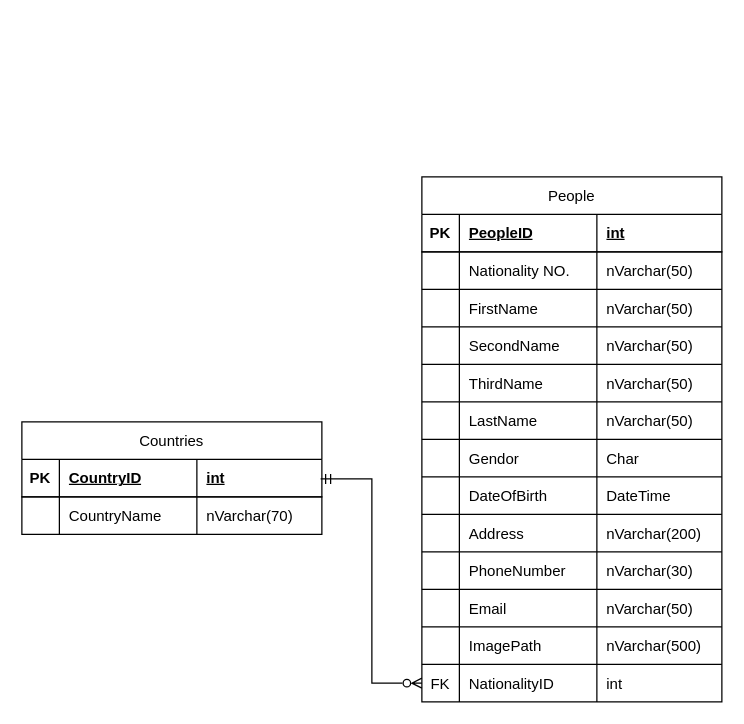
This is Driving & Vehicle Licens Department Diagram .drawio from ali-talal-ibrahem/Driving-Vehicle-License-Department, a draw.io file, before an edit. Source tidied: cells renumbered, new cells numbered last; positions are measured from the earlier drawing's top-left corner, leaving out a move shared by most shapes. Both pictures are drawn from the tidied source at 125%, with x=0, y=0 at pixel (21, 176).
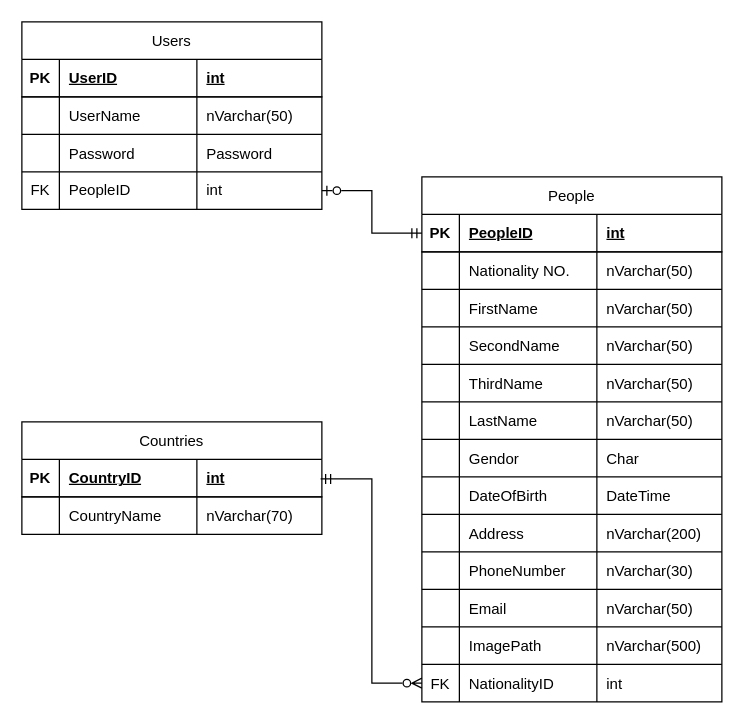
The same page after the edit.

Commit message:
Add the users table and link it to the people table

The change refers to these unchanged cells:
```xml
<mxCell id="3" style="shape=tableRow;horizontal=0;startSize=0;swimlaneHead=0;swimlaneBody=0;fillColor=none;points=[[0,0.5],[1,0.5]];portConstraint=eastwest;top=0;left=0;right=0;bottom=1;" parent="2" vertex="1">
  <mxGeometry y="30" width="240" height="30" as="geometry" />
</mxCell>
```

Diff of the diagram source:
```diff
@@
+    <mxCell id="65" value="Users" style="shape=table;startSize=30;childLayout=tableLayout;fixedHeader=1;" parent="1" vertex="1">
+      <mxGeometry y="-124" width="240" height="150" as="geometry" />
+    </mxCell>
+    <mxCell id="66" style="shape=tableRow;horizontal=0;startSize=0;swimlaneHead=0;swimlaneBody=0;fillColor=none;top=0;left=0;right=0;bottom=1;" parent="65" vertex="1">
+      <mxGeometry y="30" width="240" height="30" as="geometry" />
+    </mxCell>
+    <mxCell id="67" value="PK" style="shape=partialRectangle;fillColor=none;top=0;left=0;bottom=0;right=0;fontStyle=1;overflow=hidden;whiteSpace=wrap;html=1;" parent="66" vertex="1">
+      <mxGeometry width="30" height="30" as="geometry" />
+    </mxCell>
+    <mxCell id="68" value="UserID" style="shape=partialRectangle;fillColor=none;top=0;left=0;bottom=0;right=0;align=left;spacingLeft=6;fontStyle=5;overflow=hidden;whiteSpace=wrap;html=1;" parent="66" vertex="1">
+      <mxGeometry x="30" width="110" height="30" as="geometry" />
+    </mxCell>
+    <mxCell id="69" value="int" style="shape=partialRectangle;fillColor=none;top=0;left=0;bottom=0;right=0;align=left;spacingLeft=6;fontStyle=5;overflow=hidden;whiteSpace=wrap;html=1;" parent="66" vertex="1">
+      <mxGeometry x="140" width="100" height="30" as="geometry" />
+    </mxCell>
+    <mxCell id="70" style="shape=tableRow;horizontal=0;startSize=0;swimlaneHead=0;swimlaneBody=0;fillColor=none;top=0;left=0;right=0;bottom=0;" parent="65" vertex="1">
+      <mxGeometry y="60" width="240" height="30" as="geometry" />
+    </mxCell>
+    <mxCell id="71" style="shape=partialRectangle;fillColor=none;top=0;left=0;bottom=0;right=0;overflow=hidden;" parent="70" vertex="1">
+      <mxGeometry width="30" height="30" as="geometry" />
+    </mxCell>
+    <mxCell id="72" value="UserName" style="shape=partialRectangle;fillColor=none;top=0;left=0;bottom=0;right=0;align=left;spacingLeft=6;overflow=hidden;" parent="70" vertex="1">
+      <mxGeometry x="30" width="110" height="30" as="geometry" />
+    </mxCell>
+    <mxCell id="73" value="nVarchar(50)" style="shape=partialRectangle;fillColor=none;top=0;left=0;bottom=0;right=0;align=left;spacingLeft=6;overflow=hidden;" parent="70" vertex="1">
+      <mxGeometry x="140" width="100" height="30" as="geometry" />
+    </mxCell>
+    <mxCell id="74" style="shape=tableRow;horizontal=0;startSize=0;swimlaneHead=0;swimlaneBody=0;fillColor=none;top=0;left=0;right=0;bottom=0;" parent="65" vertex="1">
+      <mxGeometry y="90" width="240" height="30" as="geometry" />
+    </mxCell>
+    <mxCell id="75" style="shape=partialRectangle;fillColor=none;top=0;left=0;bottom=0;right=0;overflow=hidden;" parent="74" vertex="1">
+      <mxGeometry width="30" height="30" as="geometry" />
+    </mxCell>
+    <mxCell id="76" value="Password" style="shape=partialRectangle;fillColor=none;top=0;left=0;bottom=0;right=0;align=left;spacingLeft=6;overflow=hidden;" parent="74" vertex="1">
+      <mxGeometry x="30" width="110" height="30" as="geometry" />
+    </mxCell>
+    <mxCell id="77" value="Password" style="shape=partialRectangle;fillColor=none;top=0;left=0;bottom=0;right=0;align=left;spacingLeft=6;overflow=hidden;" parent="74" vertex="1">
+      <mxGeometry x="140" width="100" height="30" as="geometry" />
+    </mxCell>
+    <mxCell id="78" style="shape=tableRow;horizontal=0;startSize=0;swimlaneHead=0;swimlaneBody=0;fillColor=none;points=[[0,0.5],[1,0.5]];portConstraint=eastwest;top=0;left=0;right=0;bottom=0;" parent="65" vertex="1">
+      <mxGeometry y="120" width="240" height="30" as="geometry" />
+    </mxCell>
+    <mxCell id="79" value="FK" style="shape=partialRectangle;fillColor=none;top=0;left=0;bottom=0;right=0;fontStyle=0;overflow=hidden;whiteSpace=wrap;html=1;" parent="78" vertex="1">
+      <mxGeometry width="30" height="30" as="geometry" />
+    </mxCell>
+    <mxCell id="80" value="PeopleID" style="shape=partialRectangle;fillColor=none;top=0;left=0;bottom=0;right=0;align=left;spacingLeft=6;fontStyle=0;overflow=hidden;whiteSpace=wrap;html=1;" parent="78" vertex="1">
+      <mxGeometry x="30" width="110" height="30" as="geometry" />
+    </mxCell>
+    <mxCell id="81" value="int" style="shape=partialRectangle;fillColor=none;top=0;left=0;bottom=0;right=0;align=left;spacingLeft=6;fontStyle=0;overflow=hidden;whiteSpace=wrap;html=1;" parent="78" vertex="1">
+      <mxGeometry x="140" width="100" height="30" as="geometry" />
+    </mxCell>
+    <mxCell id="82" style="edgeStyle=orthogonalEdgeStyle;rounded=0;jettySize=auto;html=1;exitX=1;exitY=0.5;exitDx=0;exitDy=0;entryX=0;entryY=0.5;entryDx=0;entryDy=0;endArrow=ERmandOne;endFill=0;startArrow=ERzeroToOne;startFill=0;" parent="1" edge="1" source="78" target="3">
+      <mxGeometry relative="1" as="geometry">
+        <Array as="points">
+          <mxPoint x="280" y="11" />
+          <mxPoint x="280" y="45" />
+        </Array>
+      </mxGeometry>
+    </mxCell>
```
